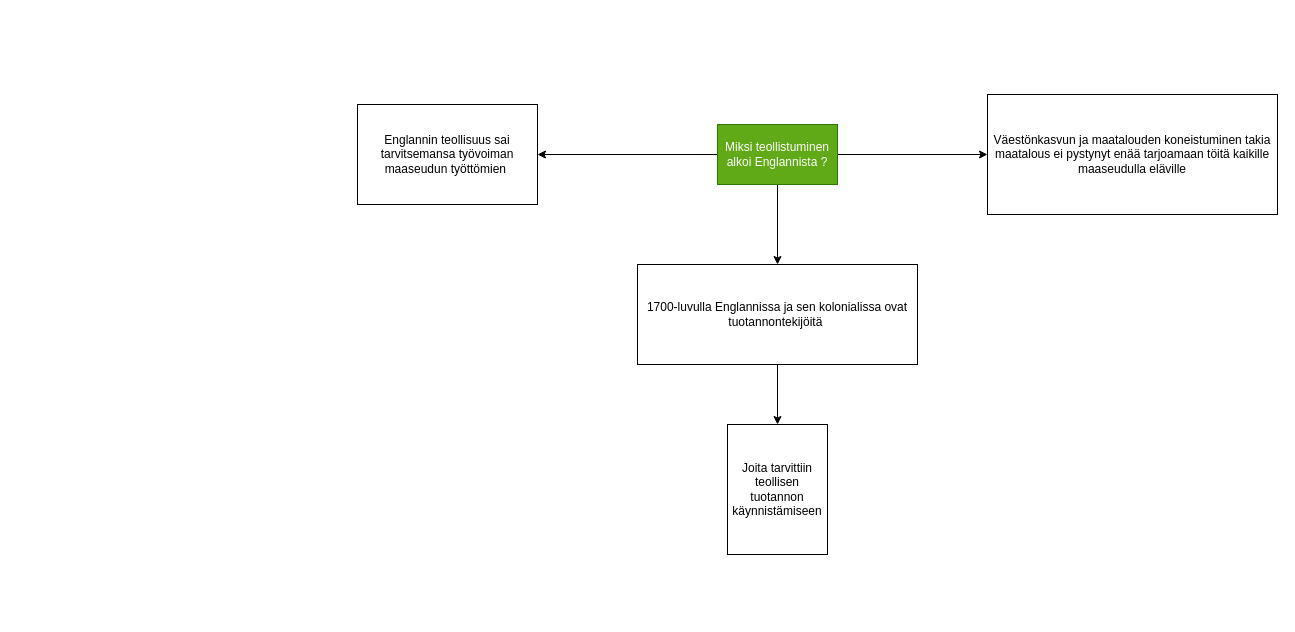
Earlier version of the draw.io diagram Teollistuminen Englannissa.drawio (LuanDaSamuel/History-mindmap). Source tidied: cells renumbered, new cells numbered last; positions are measured from the earlier drawing's top-left corner, leaving out a move shared by most shapes. Both pictures are drawn from the tidied source at 100%, with x=0, y=0 at pixel (357, 94).
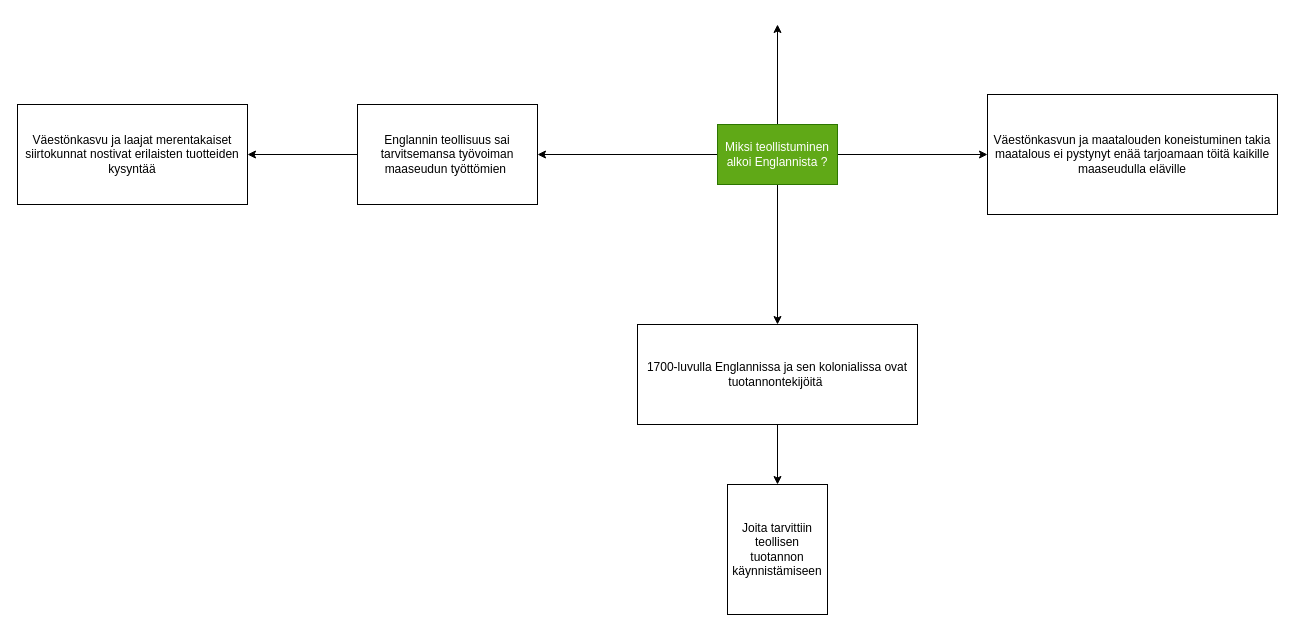
Above is the later version.

Change to the diagram source:
```diff
@@
 <mxGraphModel>
   <root>
     <mxCell id="0" />
     <mxCell id="1" parent="0" />
     <mxCell id="2" style="edgeStyle=orthogonalEdgeStyle;rounded=0;jettySize=auto;html=1;" parent="1" edge="1" source="5" target="7">
       <mxGeometry relative="1" as="geometry" />
     </mxCell>
     <mxCell id="3" style="edgeStyle=orthogonalEdgeStyle;rounded=0;jettySize=auto;html=1;" parent="1" edge="1" source="5" target="9">
       <mxGeometry relative="1" as="geometry" />
     </mxCell>
     <mxCell id="4" style="edgeStyle=orthogonalEdgeStyle;rounded=0;jettySize=auto;html=1;" parent="1" edge="1" source="5" target="10">
       <mxGeometry relative="1" as="geometry" />
     </mxCell>
+    <mxCell id="11" style="edgeStyle=orthogonalEdgeStyle;rounded=0;jettySize=auto;html=1;" parent="1" edge="1" source="5">
+      <mxGeometry relative="1" as="geometry">
+        <mxPoint x="420" y="-70" as="targetPoint" />
+      </mxGeometry>
+    </mxCell>
     <mxCell id="5" value="Miksi teollistuminen alkoi Englannista ?" style="rounded=0;whiteSpace=wrap;html=1;fillColor=#60a917;fontColor=#ffffff;strokeColor=#2D7600;" parent="1" vertex="1">
       <mxGeometry x="360" y="30" width="120" height="60" as="geometry" />
     </mxCell>
     <mxCell id="6" style="edgeStyle=orthogonalEdgeStyle;rounded=0;jettySize=auto;html=1;" parent="1" edge="1" source="7" target="8">
       <mxGeometry relative="1" as="geometry" />
     </mxCell>
     <mxCell id="7" value="1700-luvulla Englannissa ja sen kolonialissa ovat tuotannontekijöitä&amp;nbsp;" style="whiteSpace=wrap;html=1;rounded=0;" parent="1" vertex="1">
-      <mxGeometry x="280" y="170" width="280" height="100" as="geometry" />
+      <mxGeometry x="280" y="230" width="280" height="100" as="geometry" />
     </mxCell>
     <mxCell id="8" value="Joita tarvittiin teollisen tuotannon käynnistämiseen" style="rounded=0;whiteSpace=wrap;html=1;" parent="1" vertex="1">
-      <mxGeometry x="370" y="330" width="100" height="130" as="geometry" />
+      <mxGeometry x="370" y="390" width="100" height="130" as="geometry" />
     </mxCell>
     <mxCell id="9" value="Väestönkasvun ja maatalouden koneistuminen takia maatalous ei pystynyt enää tarjoamaan töitä kaikille maaseudulla eläville" style="rounded=0;whiteSpace=wrap;html=1;" parent="1" vertex="1">
       <mxGeometry x="630" width="290" height="120" as="geometry" />
     </mxCell>
+    <mxCell id="12" style="edgeStyle=orthogonalEdgeStyle;rounded=0;jettySize=auto;html=1;" parent="1" edge="1" source="10" target="13">
+      <mxGeometry relative="1" as="geometry" />
+    </mxCell>
     <mxCell id="10" value="Englannin teollisuus sai tarvitsemansa työvoiman maaseudun työttömien&amp;nbsp;" style="whiteSpace=wrap;html=1;rounded=0;" parent="1" vertex="1">
       <mxGeometry y="10" width="180" height="100" as="geometry" />
     </mxCell>
+    <mxCell id="13" value="Väestönkasvu ja laajat merentakaiset siirtokunnat nostivat erilaisten tuotteiden kysyntää" style="whiteSpace=wrap;html=1;rounded=0;" parent="1" vertex="1">
+      <mxGeometry x="-340" y="10" width="230" height="100" as="geometry" />
+    </mxCell>
   </root>
 </mxGraphModel>
```
